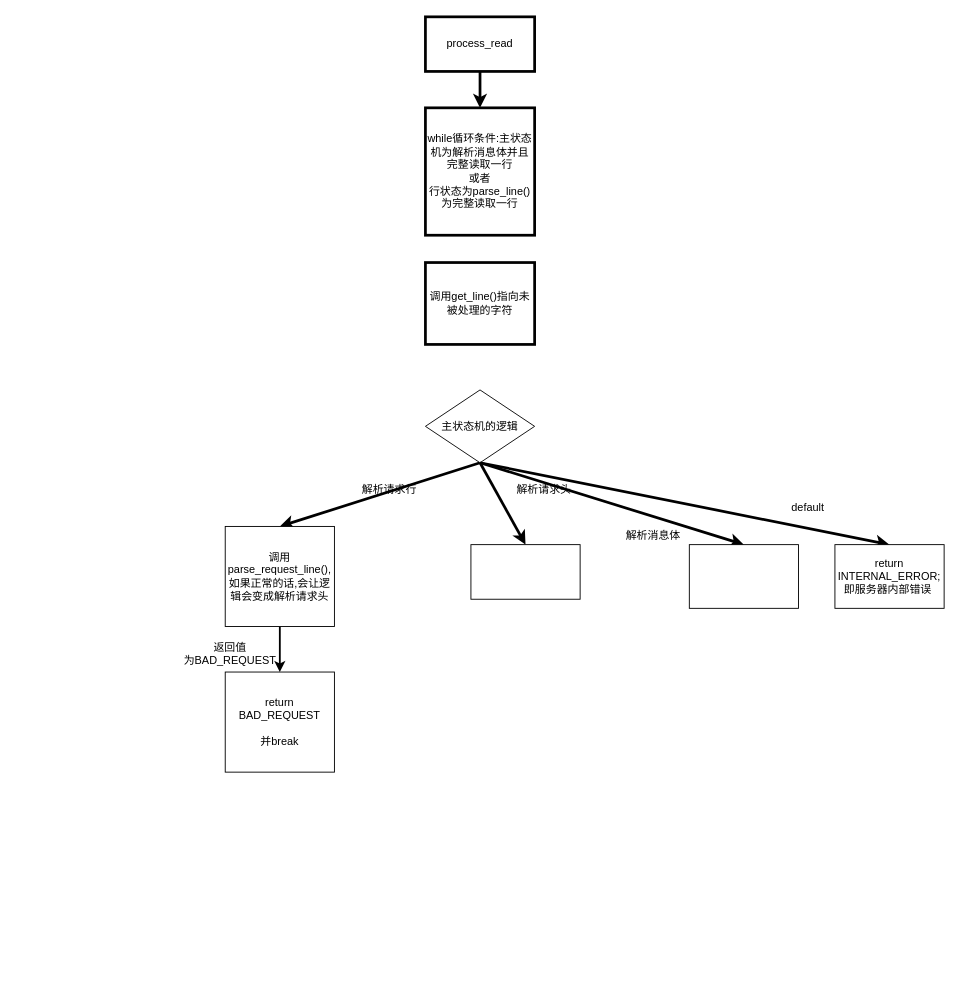
The draw.io diagram note/process_read.drawio in Canwaiting/WebServer, before the edit. Source tidied: cells renumbered, new cells numbered last; positions are measured from the earlier drawing's top-left corner, leaving out a move shared by most shapes. Both pictures are drawn from the tidied source at 91%, with x=0, y=0 at pixel (179, 16).
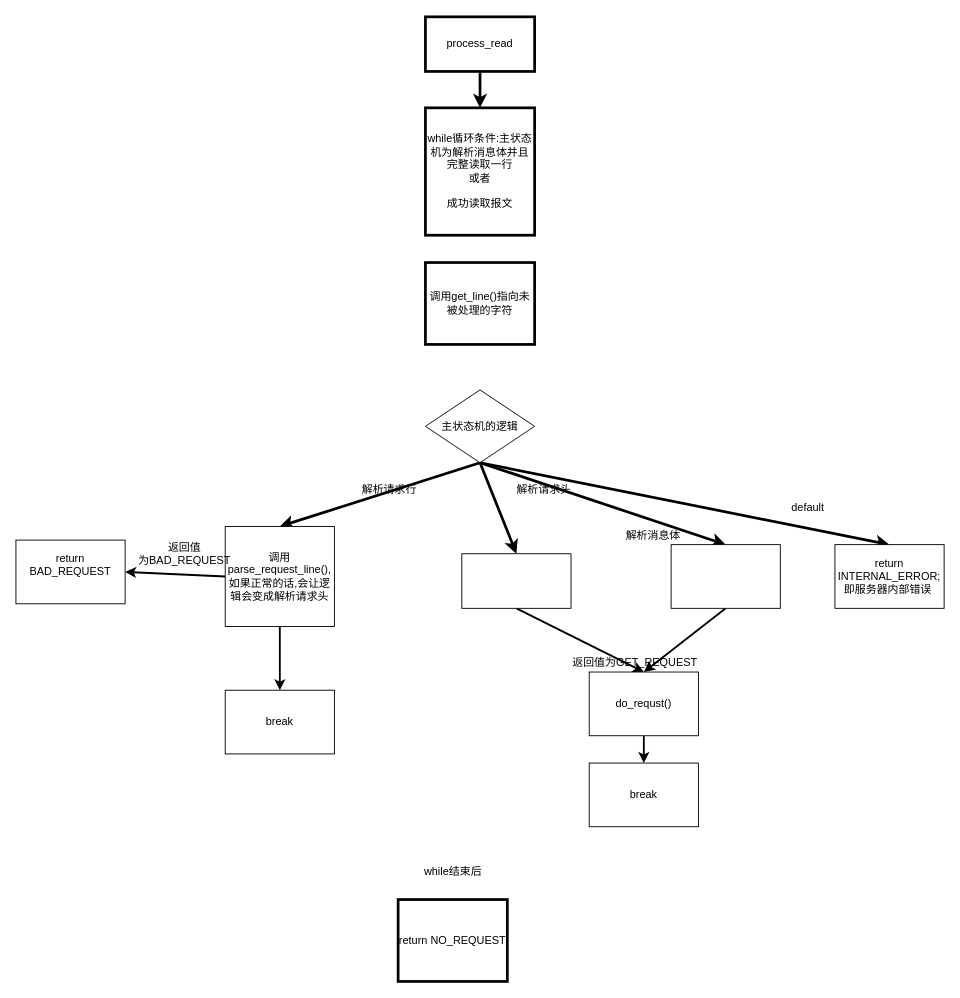
The same page after the edit.

Unchanged cells that the change refers to:
```xml
<mxCell id="11" value="调用parse_request_line(),&lt;br&gt;如果正常的话,会让逻辑会变成解析请求头" style="whiteSpace=wrap;html=1;" parent="1" vertex="1">
  <mxGeometry x="50" y="560" width="120" height="110" as="geometry" />
</mxCell>
```

Change to the diagram source:
```diff
@@
-    <mxCell id="4" value="while循环条件:主状态机为解析消息体并且完整读取一行&lt;br&gt;或者&lt;br&gt;行状态为parse_line()为完整读取一行" style="whiteSpace=wrap;html=1;strokeColor=#000000;strokeWidth=3;" parent="1" vertex="1">
+    <mxCell id="4" value="while循环条件:主状态机为解析消息体并且完整读取一行&lt;br&gt;或者&lt;br&gt;&lt;br&gt;成功读取报文" style="whiteSpace=wrap;html=1;strokeColor=#000000;strokeWidth=3;" parent="1" vertex="1">
       <mxGeometry x="270" y="100" width="120" height="140" as="geometry" />
     </mxCell>
@@
-    <mxCell id="10" style="edgeStyle=none;html=1;exitX=0.5;exitY=1;exitDx=0;exitDy=0;entryX=0.5;entryY=0;entryDx=0;entryDy=0;strokeWidth=2;strokeColor=#000000;" parent="1" edge="1" source="11" target="20">
+    <mxCell id="10" style="edgeStyle=none;html=1;exitX=0;exitY=0.5;exitDx=0;exitDy=0;entryX=1;entryY=0.5;entryDx=0;entryDy=0;strokeWidth=2;strokeColor=#000000;" parent="1" edge="1" source="11" target="20">
       <mxGeometry relative="1" as="geometry" />
     </mxCell>
+    <mxCell id="22" style="edgeStyle=none;html=1;exitX=0.5;exitY=1;exitDx=0;exitDy=0;entryX=0.5;entryY=0;entryDx=0;entryDy=0;strokeColor=#000000;strokeWidth=2;" parent="1" edge="1" source="11" target="25">
+      <mxGeometry relative="1" as="geometry" />
+    </mxCell>
@@
+    <mxCell id="23" style="edgeStyle=none;html=1;exitX=0.5;exitY=1;exitDx=0;exitDy=0;entryX=0.5;entryY=0;entryDx=0;entryDy=0;strokeColor=#000000;strokeWidth=2;" parent="1" edge="1" source="13" target="29">
+      <mxGeometry relative="1" as="geometry" />
+    </mxCell>
     <mxCell id="13" style="whiteSpace=wrap;html=1;" parent="1" vertex="1">
-      <mxGeometry x="320" y="580" width="120" height="60" as="geometry" />
+      <mxGeometry x="310" y="590" width="120" height="60" as="geometry" />
     </mxCell>
@@
+    <mxCell id="24" style="edgeStyle=none;html=1;exitX=0.5;exitY=1;exitDx=0;exitDy=0;entryX=0.5;entryY=0;entryDx=0;entryDy=0;strokeColor=#000000;strokeWidth=2;" parent="1" edge="1" source="16" target="29">
+      <mxGeometry relative="1" as="geometry" />
+    </mxCell>
     <mxCell id="16" style="whiteSpace=wrap;html=1;" parent="1" vertex="1">
-      <mxGeometry x="560" y="580" width="120" height="70" as="geometry" />
+      <mxGeometry x="540" y="580" width="120" height="70" as="geometry" />
     </mxCell>
@@
-    <mxCell id="20" value="return BAD_REQUEST&lt;br&gt;&lt;br&gt;并break" style="whiteSpace=wrap;html=1;" parent="1" vertex="1">
-      <mxGeometry x="50" y="720" width="120" height="110" as="geometry" />
+    <mxCell id="20" value="return BAD_REQUEST&lt;br&gt;&lt;br&gt;" style="whiteSpace=wrap;html=1;" parent="1" vertex="1">
+      <mxGeometry x="-180" y="575" width="120" height="70" as="geometry" />
     </mxCell>
     <mxCell id="21" value="返回值&lt;br&gt;为BAD_REQUEST" style="text;html=1;align=center;verticalAlign=middle;strokeColor=none;fillColor=none;fontColor=#000000;" parent="1" vertex="1">
-      <mxGeometry y="685" width="110" height="30" as="geometry" />
+      <mxGeometry x="-50" y="575" width="110" height="30" as="geometry" />
     </mxCell>
+    <mxCell id="25" value="break" style="whiteSpace=wrap;html=1;" parent="1" vertex="1">
+      <mxGeometry x="50" y="740" width="120" height="70" as="geometry" />
+    </mxCell>
+    <mxCell id="26" value="return NO_REQUEST" style="whiteSpace=wrap;html=1;strokeColor=#000000;strokeWidth=3;" parent="1" vertex="1">
+      <mxGeometry x="240" y="970" width="120" height="90" as="geometry" />
+    </mxCell>
+    <mxCell id="27" value="while结束后" style="text;html=1;align=center;verticalAlign=middle;strokeColor=none;fillColor=none;fontColor=#000000;" parent="1" vertex="1">
+      <mxGeometry x="260" y="930" width="80" height="20" as="geometry" />
+    </mxCell>
+    <mxCell id="28" style="edgeStyle=none;html=1;exitX=0.5;exitY=1;exitDx=0;exitDy=0;strokeColor=#000000;strokeWidth=2;" parent="1" edge="1" source="29" target="31">
+      <mxGeometry relative="1" as="geometry" />
+    </mxCell>
+    <mxCell id="29" value="do_requst()" style="whiteSpace=wrap;html=1;" parent="1" vertex="1">
+      <mxGeometry x="450" y="720" width="120" height="70" as="geometry" />
+    </mxCell>
+    <mxCell id="30" value="返回值为GET_REQUEST" style="text;html=1;align=center;verticalAlign=middle;strokeColor=none;fillColor=none;fontColor=#000000;" parent="1" vertex="1">
+      <mxGeometry x="425" y="700" width="150" height="20" as="geometry" />
+    </mxCell>
+    <mxCell id="31" value="break" style="whiteSpace=wrap;html=1;" parent="1" vertex="1">
+      <mxGeometry x="450" y="820" width="120" height="70" as="geometry" />
+    </mxCell>
```
